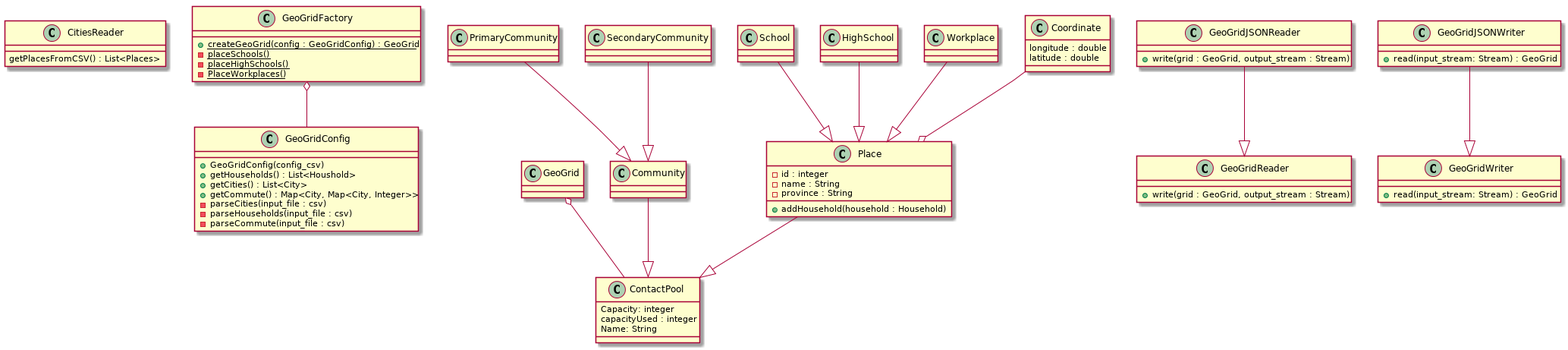
The PlantUML diagram assets/src/design/design.png in LEDfan/Bachelorproef, before a commit.
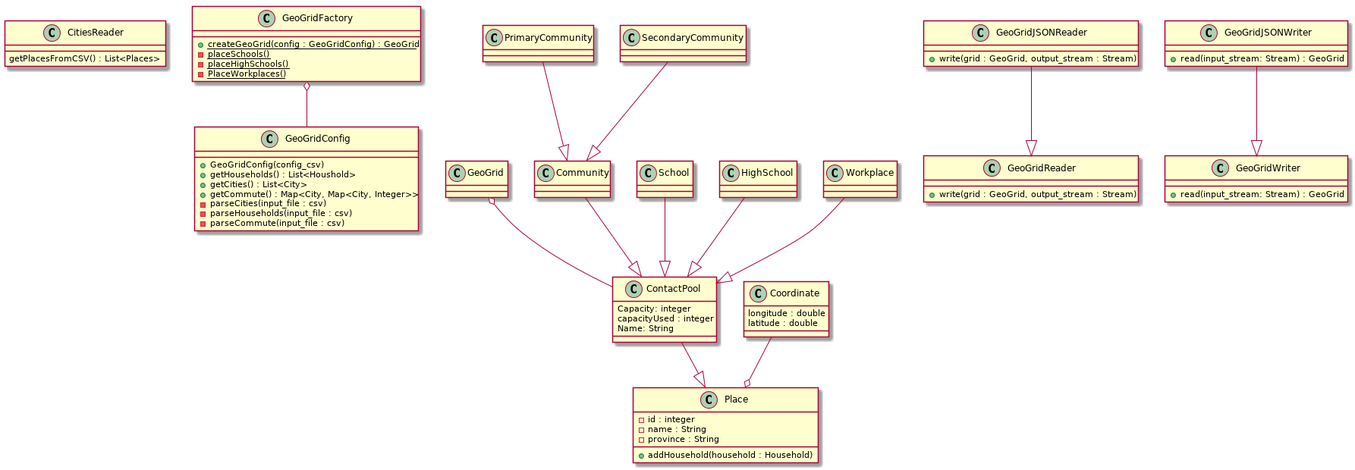
Above is the later version.

Commit message:
Make communities have an actual location

Diff of the diagram source:
```diff
@@ -84,11 +84,11 @@
     + write(grid : GeoGrid, output_stream : Stream)
 }
 
-School --|> Place
-HighSchool --|> Place
-Workplace --|> Place
+School --|> ContactPool
+HighSchool --|> ContactPool
+Workplace --|> ContactPool
 Community --|> ContactPool
-Place --|> ContactPool
+ContactPool --|> Place
 
 PrimaryCommunity --|> Community
 SecondaryCommunity --|> Community
```
